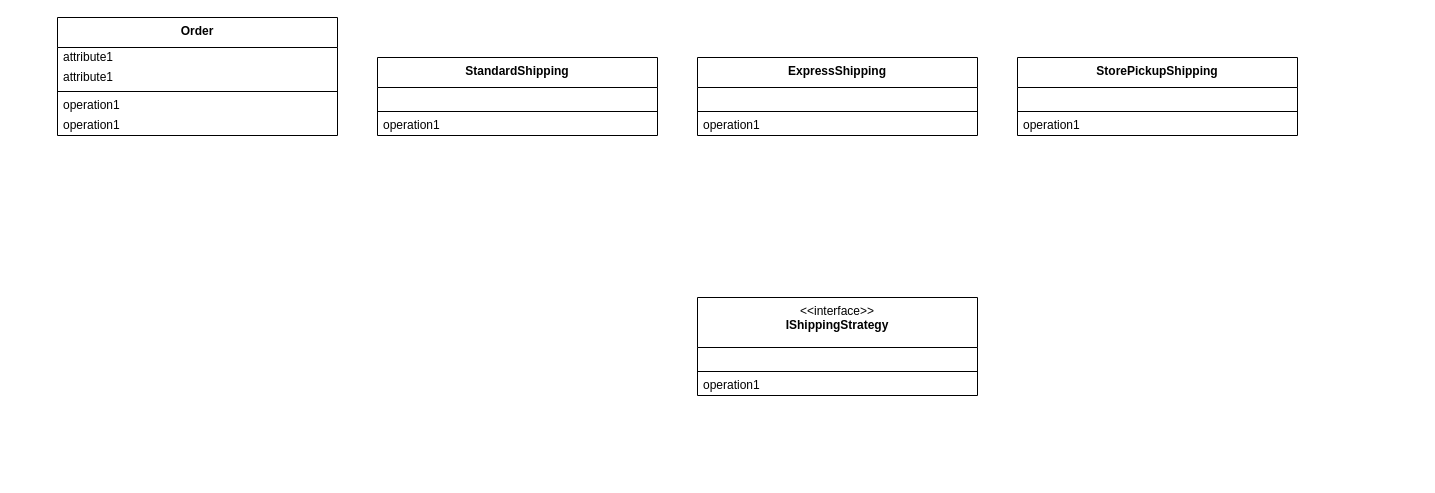
The draw.io diagram src/EJPatrones/GuiaPatrones03Comportamiento/EJ01-Strategy-CostoEnvio/EJ01-Strategy.dio in gastonjavierricchiardi/ejercicios-csharp-utn-2026, before the edit. Source tidied: cells renumbered, new cells numbered last; positions are measured from the earlier drawing's top-left corner, leaving out a move shared by most shapes. Both pictures are drawn from the tidied source at 100%, with x=0, y=0 at pixel (57, 17).
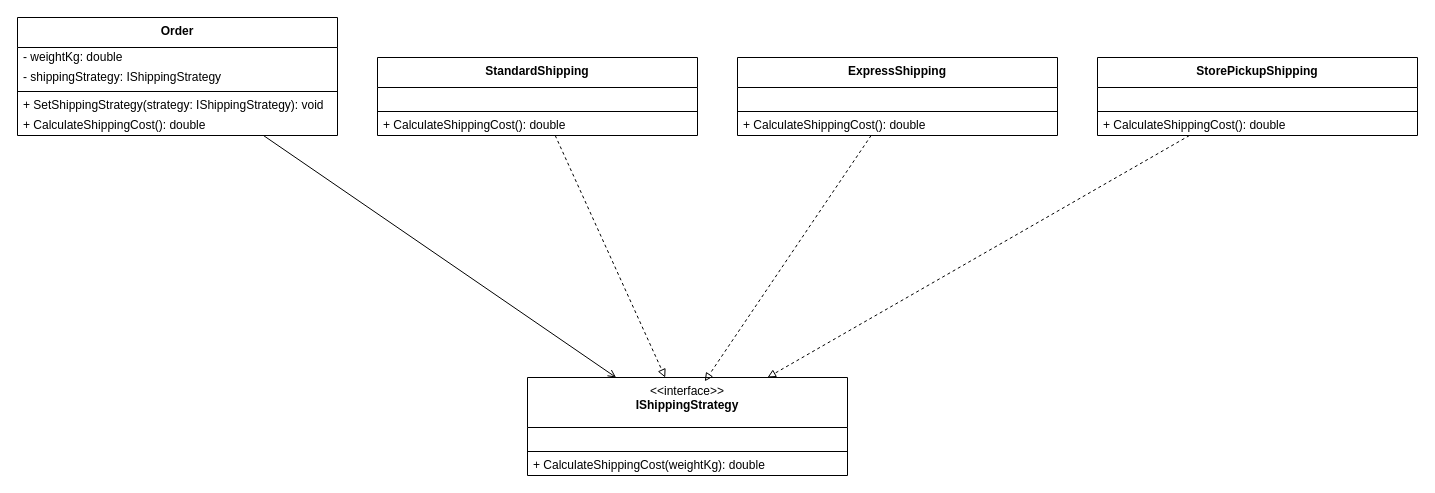
The same page after the edit.

Diff of the diagram source:
```diff
@@
+    <mxCell id="24" style="edgeStyle=none;html=1;endArrow=open;endFill=0;" parent="1" edge="1" source="2" target="20">
+      <mxGeometry relative="1" as="geometry" />
+    </mxCell>
     <mxCell id="2" value="&lt;b&gt;Order&lt;/b&gt;" style="swimlane;fontStyle=0;align=center;verticalAlign=top;horizontal=1;startSize=30;html=1;whiteSpace=wrap;" parent="1" vertex="1">
-      <mxGeometry width="280" height="118" as="geometry" />
+      <mxGeometry x="-40" width="320" height="118" as="geometry" />
     </mxCell>
-    <mxCell id="3" value="attribute1" style="text;html=1;strokeColor=none;fillColor=none;align=left;verticalAlign=middle;spacingLeft=4;spacingRight=4;overflow=hidden;whiteSpace=wrap;" parent="2" vertex="1">
-      <mxGeometry y="30" width="280" height="20" as="geometry" />
+    <mxCell id="3" value="- weightKg: double" style="text;html=1;strokeColor=none;fillColor=none;align=left;verticalAlign=middle;spacingLeft=4;spacingRight=4;overflow=hidden;whiteSpace=wrap;" parent="2" vertex="1">
+      <mxGeometry y="30" width="320" height="20" as="geometry" />
     </mxCell>
-    <mxCell id="4" value="attribute1" style="text;html=1;strokeColor=none;fillColor=none;align=left;verticalAlign=middle;spacingLeft=4;spacingRight=4;overflow=hidden;whiteSpace=wrap;" parent="2" vertex="1">
-      <mxGeometry y="50" width="280" height="20" as="geometry" />
+    <mxCell id="4" value="- shippingStrategy: IShippingStrategy" style="text;html=1;strokeColor=none;fillColor=none;align=left;verticalAlign=middle;spacingLeft=4;spacingRight=4;overflow=hidden;whiteSpace=wrap;" parent="2" vertex="1">
+      <mxGeometry y="50" width="320" height="20" as="geometry" />
     </mxCell>
     <mxCell id="5" style="line;strokeWidth=1;fillColor=none;align=left;verticalAlign=middle;spacingTop=-1;spacingLeft=3;spacingRight=3;labelPosition=right;labelPerimeter=1;" parent="2" vertex="1">
-      <mxGeometry y="70" width="280" height="8" as="geometry" />
+      <mxGeometry y="70" width="320" height="8" as="geometry" />
     </mxCell>
-    <mxCell id="6" value="operation1" style="text;html=1;strokeColor=none;fillColor=none;align=left;verticalAlign=middle;spacingLeft=4;spacingRight=4;overflow=hidden;whiteSpace=wrap;" parent="2" vertex="1">
-      <mxGeometry y="78" width="280" height="20" as="geometry" />
+    <mxCell id="6" value="+ SetShippingStrategy(strategy: IShippingStrategy): void" style="text;html=1;strokeColor=none;fillColor=none;align=left;verticalAlign=middle;spacingLeft=4;spacingRight=4;overflow=hidden;whiteSpace=wrap;" parent="2" vertex="1">
+      <mxGeometry y="78" width="320" height="20" as="geometry" />
     </mxCell>
-    <mxCell id="7" value="operation1" style="text;html=1;strokeColor=none;fillColor=none;align=left;verticalAlign=middle;spacingLeft=4;spacingRight=4;overflow=hidden;whiteSpace=wrap;" parent="2" vertex="1">
-      <mxGeometry y="98" width="280" height="20" as="geometry" />
+    <mxCell id="7" value="+ CalculateShippingCost(): double" style="text;html=1;strokeColor=none;fillColor=none;align=left;verticalAlign=middle;spacingLeft=4;spacingRight=4;overflow=hidden;whiteSpace=wrap;" parent="2" vertex="1">
+      <mxGeometry y="98" width="320" height="20" as="geometry" />
     </mxCell>
+    <mxCell id="25" style="edgeStyle=none;html=1;endArrow=block;endFill=0;dashed=1;" parent="1" edge="1" source="8" target="20">
+      <mxGeometry relative="1" as="geometry" />
+    </mxCell>
     <mxCell id="8" value="&lt;b&gt;StandardShipping&lt;/b&gt;" style="swimlane;fontStyle=0;align=center;verticalAlign=top;horizontal=1;startSize=30;html=1;whiteSpace=wrap;" parent="1" vertex="1">
-      <mxGeometry x="320" y="40" width="280" height="78" as="geometry" />
+      <mxGeometry x="320" y="40" width="320" height="78" as="geometry" />
     </mxCell>
     <mxCell id="9" value="&amp;nbsp;" style="text;html=1;strokeColor=none;fillColor=none;align=left;verticalAlign=middle;spacingLeft=4;spacingRight=4;overflow=hidden;whiteSpace=wrap;" parent="8" vertex="1">
-      <mxGeometry y="30" width="280" height="20" as="geometry" />
+      <mxGeometry y="30" width="320" height="20" as="geometry" />
     </mxCell>
     <mxCell id="10" style="line;strokeWidth=1;fillColor=none;align=left;verticalAlign=middle;spacingTop=-1;spacingLeft=3;spacingRight=3;labelPosition=right;labelPerimeter=1;" parent="8" vertex="1">
-      <mxGeometry y="50" width="280" height="8" as="geometry" />
+      <mxGeometry y="50" width="320" height="8" as="geometry" />
     </mxCell>
-    <mxCell id="11" value="operation1" style="text;html=1;strokeColor=none;fillColor=none;align=left;verticalAlign=middle;spacingLeft=4;spacingRight=4;overflow=hidden;whiteSpace=wrap;" parent="8" vertex="1">
-      <mxGeometry y="58" width="280" height="20" as="geometry" />
-    </mxCell>
+    <mxCell id="26" value="+ CalculateShippingCost(): double" style="text;html=1;strokeColor=none;fillColor=none;align=left;verticalAlign=middle;spacingLeft=4;spacingRight=4;overflow=hidden;whiteSpace=wrap;" parent="8" vertex="1">
+      <mxGeometry y="58" width="320" height="20" as="geometry" />
+    </mxCell>
     <mxCell id="12" value="&lt;b&gt;ExpressShipping&lt;/b&gt;" style="swimlane;fontStyle=0;align=center;verticalAlign=top;horizontal=1;startSize=30;html=1;whiteSpace=wrap;" parent="1" vertex="1">
-      <mxGeometry x="640" y="40" width="280" height="78" as="geometry" />
+      <mxGeometry x="680" y="40" width="320" height="78" as="geometry" />
     </mxCell>
     <mxCell id="13" value="&amp;nbsp;" style="text;html=1;strokeColor=none;fillColor=none;align=left;verticalAlign=middle;spacingLeft=4;spacingRight=4;overflow=hidden;whiteSpace=wrap;" parent="12" vertex="1">
-      <mxGeometry y="30" width="280" height="20" as="geometry" />
+      <mxGeometry y="30" width="320" height="20" as="geometry" />
     </mxCell>
     <mxCell id="14" style="line;strokeWidth=1;fillColor=none;align=left;verticalAlign=middle;spacingTop=-1;spacingLeft=3;spacingRight=3;labelPosition=right;labelPerimeter=1;" parent="12" vertex="1">
-      <mxGeometry y="50" width="280" height="8" as="geometry" />
+      <mxGeometry y="50" width="320" height="8" as="geometry" />
     </mxCell>
-    <mxCell id="15" value="operation1" style="text;html=1;strokeColor=none;fillColor=none;align=left;verticalAlign=middle;spacingLeft=4;spacingRight=4;overflow=hidden;whiteSpace=wrap;" parent="12" vertex="1">
-      <mxGeometry y="58" width="280" height="20" as="geometry" />
-    </mxCell>
+    <mxCell id="27" value="+ CalculateShippingCost(): double" style="text;html=1;strokeColor=none;fillColor=none;align=left;verticalAlign=middle;spacingLeft=4;spacingRight=4;overflow=hidden;whiteSpace=wrap;" parent="12" vertex="1">
+      <mxGeometry y="58" width="320" height="20" as="geometry" />
+    </mxCell>
+    <mxCell id="28" style="edgeStyle=none;html=1;entryX=0.75;entryY=0;entryDx=0;entryDy=0;endArrow=block;endFill=0;dashed=1;" parent="1" edge="1" source="16" target="20">
+      <mxGeometry relative="1" as="geometry" />
+    </mxCell>
     <mxCell id="16" value="&lt;b&gt;StorePickupShipping&lt;/b&gt;" style="swimlane;fontStyle=0;align=center;verticalAlign=top;horizontal=1;startSize=30;html=1;whiteSpace=wrap;" parent="1" vertex="1">
-      <mxGeometry x="960" y="40" width="280" height="78" as="geometry" />
+      <mxGeometry x="1040" y="40" width="320" height="78" as="geometry" />
     </mxCell>
     <mxCell id="17" value="&amp;nbsp;" style="text;html=1;strokeColor=none;fillColor=none;align=left;verticalAlign=middle;spacingLeft=4;spacingRight=4;overflow=hidden;whiteSpace=wrap;" parent="16" vertex="1">
-      <mxGeometry y="30" width="280" height="20" as="geometry" />
+      <mxGeometry y="30" width="320" height="20" as="geometry" />
     </mxCell>
     <mxCell id="18" style="line;strokeWidth=1;fillColor=none;align=left;verticalAlign=middle;spacingTop=-1;spacingLeft=3;spacingRight=3;labelPosition=right;labelPerimeter=1;" parent="16" vertex="1">
-      <mxGeometry y="50" width="280" height="8" as="geometry" />
+      <mxGeometry y="50" width="320" height="8" as="geometry" />
     </mxCell>
-    <mxCell id="19" value="operation1" style="text;html=1;strokeColor=none;fillColor=none;align=left;verticalAlign=middle;spacingLeft=4;spacingRight=4;overflow=hidden;whiteSpace=wrap;" parent="16" vertex="1">
-      <mxGeometry y="58" width="280" height="20" as="geometry" />
-    </mxCell>
+    <mxCell id="29" value="+ CalculateShippingCost(): double" style="text;html=1;strokeColor=none;fillColor=none;align=left;verticalAlign=middle;spacingLeft=4;spacingRight=4;overflow=hidden;whiteSpace=wrap;" parent="16" vertex="1">
+      <mxGeometry y="58" width="320" height="20" as="geometry" />
+    </mxCell>
     <mxCell id="20" value="&amp;lt;&amp;lt;interface&amp;gt;&amp;gt;&lt;br&gt;&lt;b&gt;IShippingStrategy&lt;/b&gt;" style="swimlane;fontStyle=0;align=center;verticalAlign=top;horizontal=1;startSize=50;html=1;whiteSpace=wrap;" parent="1" vertex="1">
-      <mxGeometry x="640" y="280" width="280" height="98" as="geometry" />
+      <mxGeometry x="470" y="360" width="320" height="98" as="geometry" />
     </mxCell>
     <mxCell id="21" value="&amp;nbsp;" style="text;html=1;strokeColor=none;fillColor=none;align=left;verticalAlign=middle;spacingLeft=4;spacingRight=4;overflow=hidden;whiteSpace=wrap;" parent="20" vertex="1">
-      <mxGeometry y="50" width="280" height="20" as="geometry" />
+      <mxGeometry y="50" width="320" height="20" as="geometry" />
     </mxCell>
     <mxCell id="22" style="line;strokeWidth=1;fillColor=none;align=left;verticalAlign=middle;spacingTop=-1;spacingLeft=3;spacingRight=3;labelPosition=right;labelPerimeter=1;" parent="20" vertex="1">
-      <mxGeometry y="70" width="280" height="8" as="geometry" />
+      <mxGeometry y="70" width="320" height="8" as="geometry" />
     </mxCell>
-    <mxCell id="23" value="operation1" style="text;html=1;strokeColor=none;fillColor=none;align=left;verticalAlign=middle;spacingLeft=4;spacingRight=4;overflow=hidden;whiteSpace=wrap;" parent="20" vertex="1">
-      <mxGeometry y="78" width="280" height="20" as="geometry" />
-    </mxCell>
+    <mxCell id="30" value="+ CalculateShippingCost(weightKg): double" style="text;html=1;strokeColor=none;fillColor=none;align=left;verticalAlign=middle;spacingLeft=4;spacingRight=4;overflow=hidden;whiteSpace=wrap;" parent="20" vertex="1">
+      <mxGeometry y="78" width="320" height="20" as="geometry" />
+    </mxCell>
+    <mxCell id="31" style="edgeStyle=none;html=1;entryX=0.554;entryY=0.039;entryDx=0;entryDy=0;entryPerimeter=0;endArrow=block;endFill=0;dashed=1;" parent="1" edge="1" source="12" target="20">
+      <mxGeometry relative="1" as="geometry" />
+    </mxCell>
```
